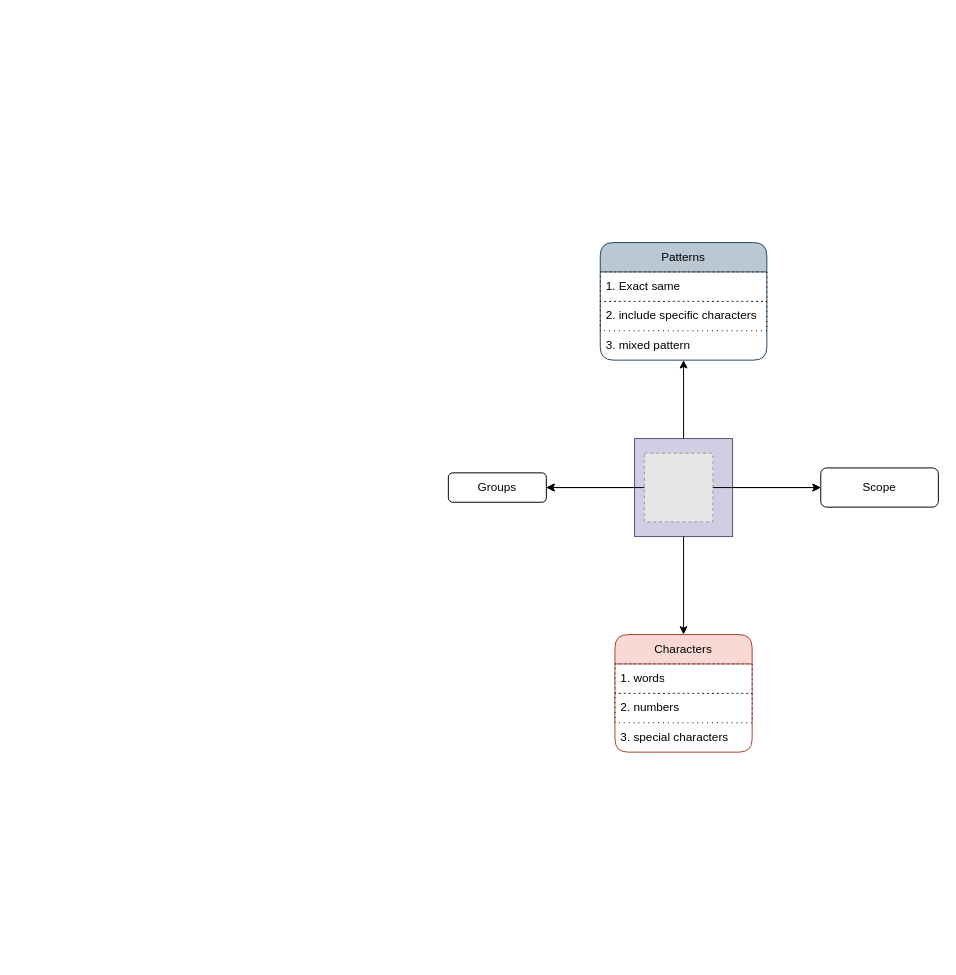
The draw.io diagram programming-langs/regex/regex.dio in knkrn5/Programming-Concepts, before the edit. Source tidied: cells renumbered, new cells numbered last; positions are measured from the earlier drawing's top-left corner, leaving out a move shared by most shapes. Both pictures are drawn from the tidied source at 98%, with x=0, y=0 at pixel (448, 242). Pictures stored in the file or linked from it are replaced by grey dashed boxes.
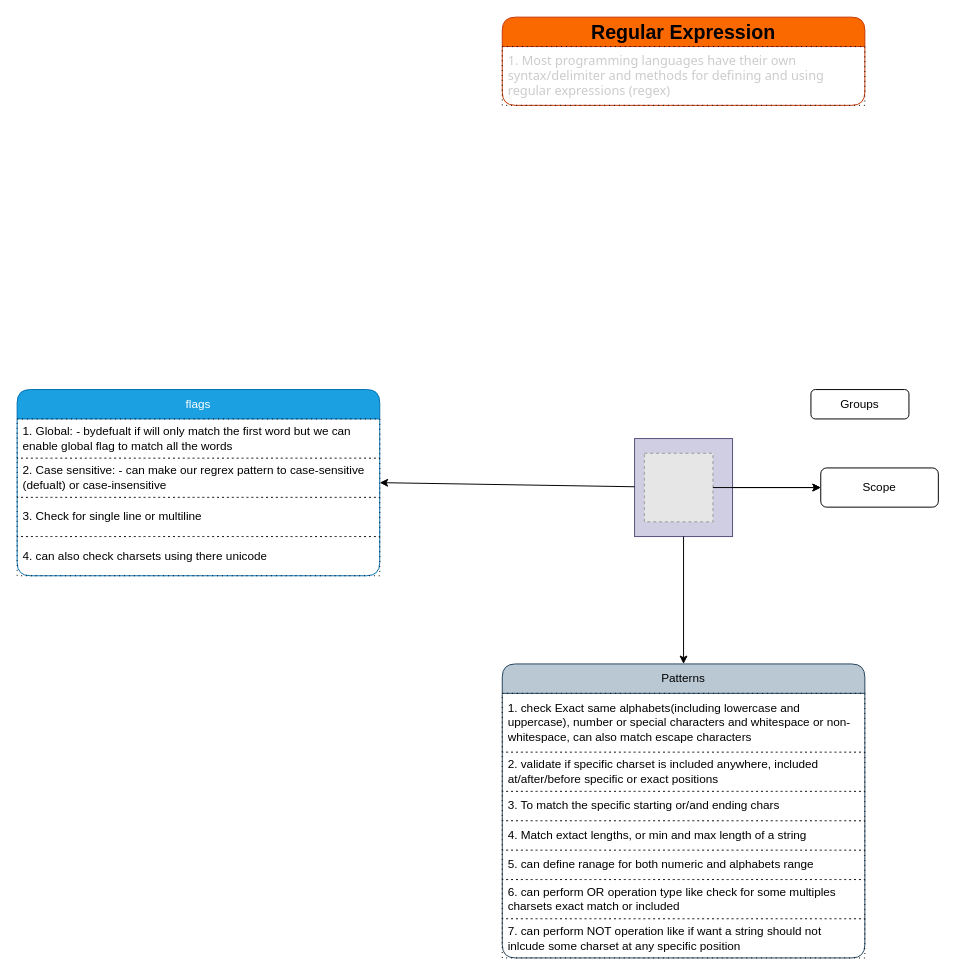
After the change.

The change refers to these unchanged cells:
```xml
<mxCell id="3" style="whiteSpace=wrap;html=1;fillColor=light-dark(#D0CEE2,#000000);strokeColor=#56517e;" parent="2" vertex="1">
  <mxGeometry x="-10" y="-10" width="100" height="100" as="geometry" />
</mxCell>
<mxCell id="4" style="fillColor=#E6E6E6;strokeColor=#999999;dashed=1;verticalLabelPosition=bottom;labelBackgroundColor=default;verticalAlign=top;" parent="2" vertex="1">
  <mxGeometry y="5" width="70" height="70" as="geometry" />
</mxCell>
```

What changed in the source:
```diff
@@
-    <mxCell id="5" style="edgeStyle=none;html=1;exitX=0.5;exitY=1;exitDx=0;exitDy=0;flowAnimation=1;entryX=0.5;entryY=0;entryDx=0;entryDy=0;" parent="1" edge="1" source="3" target="11">
+    <mxCell id="5" style="edgeStyle=none;html=1;exitX=0.5;exitY=1;exitDx=0;exitDy=0;flowAnimation=1;entryX=0.5;entryY=0;entryDx=0;entryDy=0;" parent="1" edge="1" source="3" target="15">
       <mxGeometry relative="1" as="geometry" />
     </mxCell>
@@
     <mxCell id="8" value="Groups" style="rounded=1;whiteSpace=wrap;html=1;" parent="1" vertex="1">
-      <mxGeometry y="235" width="100" height="30" as="geometry" />
+      <mxGeometry x="370" y="150" width="100" height="30" as="geometry" />
     </mxCell>
-    <mxCell id="9" style="edgeStyle=none;html=1;exitX=0;exitY=0.5;exitDx=0;exitDy=0;flowAnimation=1;" parent="1" edge="1" source="4" target="8">
-      <mxGeometry relative="1" as="geometry" />
-    </mxCell>
-    <mxCell id="10" style="edgeStyle=none;html=1;exitX=0.5;exitY=0;exitDx=0;exitDy=0;entryX=0.5;entryY=1;entryDx=0;entryDy=0;flowAnimation=1;" parent="1" edge="1" source="3" target="15">
-      <mxGeometry relative="1" as="geometry" />
-    </mxCell>
-    <mxCell id="11" value="Characters" style="swimlane;fontStyle=0;horizontal=1;startSize=30;whiteSpace=wrap;html=1;rounded=1;fillColor=#fad9d5;strokeColor=#ae4132;" parent="1" vertex="1">
-      <mxGeometry x="170" y="400" width="140" height="120" as="geometry" />
-    </mxCell>
-    <mxCell id="12" value="1. words" style="text;strokeColor=default;fillColor=none;align=left;verticalAlign=middle;spacingLeft=4;spacingRight=4;overflow=hidden;whiteSpace=wrap;html=1;dashed=1;dashPattern=1 4;" parent="11" vertex="1">
-      <mxGeometry y="30" width="140" height="30" as="geometry" />
-    </mxCell>
-    <mxCell id="13" value="2. numbers" style="text;strokeColor=default;fillColor=none;align=left;verticalAlign=middle;spacingLeft=4;spacingRight=4;overflow=hidden;whiteSpace=wrap;html=1;dashed=1;dashPattern=1 4;" parent="11" vertex="1">
-      <mxGeometry y="60" width="140" height="30" as="geometry" />
-    </mxCell>
-    <mxCell id="14" value="3. special characters" style="text;strokeColor=none;fillColor=none;align=left;verticalAlign=middle;spacingLeft=4;spacingRight=4;overflow=hidden;whiteSpace=wrap;html=1;" parent="11" vertex="1">
-      <mxGeometry y="90" width="140" height="30" as="geometry" />
-    </mxCell>
     <mxCell id="15" value="Patterns" style="swimlane;fontStyle=0;horizontal=1;startSize=30;whiteSpace=wrap;html=1;rounded=1;fillColor=#bac8d3;strokeColor=#23445d;" parent="1" vertex="1">
-      <mxGeometry x="155" width="170" height="120" as="geometry" />
+      <mxGeometry x="55" y="430" width="370" height="300" as="geometry" />
     </mxCell>
-    <mxCell id="16" value="1. Exact same" style="text;strokeColor=default;fillColor=none;align=left;verticalAlign=middle;spacingLeft=4;spacingRight=4;overflow=hidden;whiteSpace=wrap;html=1;dashed=1;dashPattern=1 4;" parent="15" vertex="1">
-      <mxGeometry y="30" width="170" height="30" as="geometry" />
+    <mxCell id="16" value="1. check Exact same alphabets(including lowercase and uppercase), number or special characters and whitespace or non-whitespace, can also match escape characters" style="text;strokeColor=default;fillColor=none;align=left;verticalAlign=middle;spacingLeft=4;spacingRight=4;overflow=hidden;whiteSpace=wrap;html=1;dashed=1;dashPattern=1 4;" parent="15" vertex="1">
+      <mxGeometry y="30" width="370" height="60" as="geometry" />
     </mxCell>
-    <mxCell id="17" value="2. include specific characters" style="text;strokeColor=default;fillColor=none;align=left;verticalAlign=middle;spacingLeft=4;spacingRight=4;overflow=hidden;whiteSpace=wrap;html=1;dashed=1;dashPattern=1 4;" parent="15" vertex="1">
-      <mxGeometry y="60" width="170" height="30" as="geometry" />
+    <mxCell id="17" value="2. validate if specific charset is included anywhere, included at/after/before specific or exact positions" style="text;strokeColor=default;fillColor=none;align=left;verticalAlign=middle;spacingLeft=4;spacingRight=4;overflow=hidden;whiteSpace=wrap;html=1;dashed=1;dashPattern=1 4;" parent="15" vertex="1">
+      <mxGeometry y="90" width="370" height="40" as="geometry" />
     </mxCell>
-    <mxCell id="18" value="3. mixed pattern" style="text;strokeColor=none;fillColor=none;align=left;verticalAlign=middle;spacingLeft=4;spacingRight=4;overflow=hidden;whiteSpace=wrap;html=1;" parent="15" vertex="1">
-      <mxGeometry y="90" width="170" height="30" as="geometry" />
+    <mxCell id="18" value="3. To match the specific starting or/and ending chars" style="text;strokeColor=default;fillColor=none;align=left;verticalAlign=middle;spacingLeft=4;spacingRight=4;overflow=hidden;whiteSpace=wrap;html=1;dashed=1;dashPattern=1 4;" parent="15" vertex="1">
+      <mxGeometry y="130" width="370" height="30" as="geometry" />
     </mxCell>
+    <mxCell id="21" value="4. Match extact lengths, or min and max length of a string" style="text;strokeColor=default;fillColor=none;align=left;verticalAlign=middle;spacingLeft=4;spacingRight=4;overflow=hidden;whiteSpace=wrap;html=1;dashed=1;dashPattern=1 4;" parent="15" vertex="1">
+      <mxGeometry y="160" width="370" height="30" as="geometry" />
+    </mxCell>
+    <mxCell id="22" value="5. can define ranage for both numeric and alphabets range" style="text;strokeColor=default;fillColor=none;align=left;verticalAlign=middle;spacingLeft=4;spacingRight=4;overflow=hidden;whiteSpace=wrap;html=1;dashed=1;dashPattern=1 4;" parent="15" vertex="1">
+      <mxGeometry y="190" width="370" height="30" as="geometry" />
+    </mxCell>
+    <mxCell id="23" value="6. can perform OR operation type like check for some multiples charsets exact match or included" style="text;strokeColor=default;fillColor=none;align=left;verticalAlign=middle;spacingLeft=4;spacingRight=4;overflow=hidden;whiteSpace=wrap;html=1;dashed=1;dashPattern=1 4;" parent="15" vertex="1">
+      <mxGeometry y="220" width="370" height="40" as="geometry" />
+    </mxCell>
+    <mxCell id="24" value="7. can perform NOT operation like if want a string should not inlcude some charset at any specific position" style="text;strokeColor=default;fillColor=none;align=left;verticalAlign=middle;spacingLeft=4;spacingRight=4;overflow=hidden;whiteSpace=wrap;html=1;dashed=1;dashPattern=1 4;" parent="15" vertex="1">
+      <mxGeometry y="260" width="370" height="40" as="geometry" />
+    </mxCell>
+    <mxCell id="25" value="flags" style="swimlane;fontStyle=0;horizontal=1;startSize=30;whiteSpace=wrap;html=1;rounded=1;fillColor=#1ba1e2;strokeColor=#006EAF;fontColor=#ffffff;" parent="1" vertex="1">
+      <mxGeometry x="-440" y="150" width="370" height="190" as="geometry" />
+    </mxCell>
+    <mxCell id="26" value="1. Global: - bydefualt if will only match the first word but we can enable global flag to match all the words" style="text;strokeColor=default;fillColor=none;align=left;verticalAlign=middle;spacingLeft=4;spacingRight=4;overflow=hidden;whiteSpace=wrap;html=1;dashed=1;dashPattern=1 4;" parent="25" vertex="1">
+      <mxGeometry y="30" width="370" height="40" as="geometry" />
+    </mxCell>
+    <mxCell id="27" value="2. Case sensitive: - can make our regrex pattern to case-sensitive (defualt) or case-insensitive" style="text;strokeColor=default;fillColor=none;align=left;verticalAlign=middle;spacingLeft=4;spacingRight=4;overflow=hidden;whiteSpace=wrap;html=1;dashed=1;dashPattern=1 4;" parent="25" vertex="1">
+      <mxGeometry y="70" width="370" height="40" as="geometry" />
+    </mxCell>
+    <mxCell id="28" value="3. Check for single line or multiline" style="text;strokeColor=default;fillColor=none;align=left;verticalAlign=middle;spacingLeft=4;spacingRight=4;overflow=hidden;whiteSpace=wrap;html=1;dashed=1;dashPattern=1 4;" parent="25" vertex="1">
+      <mxGeometry y="110" width="370" height="40" as="geometry" />
+    </mxCell>
+    <mxCell id="29" value="4. can also check charsets using there unicode" style="text;strokeColor=default;fillColor=none;align=left;verticalAlign=middle;spacingLeft=4;spacingRight=4;overflow=hidden;whiteSpace=wrap;html=1;dashed=1;dashPattern=1 4;" parent="25" vertex="1">
+      <mxGeometry y="150" width="370" height="40" as="geometry" />
+    </mxCell>
+    <mxCell id="30" value="&lt;b&gt;&lt;font style=&quot;font-size: 20px; color: light-dark(rgb(0, 0, 0), rgb(0, 0, 0));&quot;&gt;Regular Expression&lt;/font&gt;&lt;/b&gt;" style="swimlane;fontStyle=0;horizontal=1;startSize=30;whiteSpace=wrap;html=1;rounded=1;fillColor=#fa6800;strokeColor=#C73500;fontColor=#000000;" parent="1" vertex="1">
+      <mxGeometry x="55" y="-230" width="370" height="90" as="geometry" />
+    </mxCell>
+    <mxCell id="31" value="&lt;span style=&quot;font-family: system-ui, Ubuntu, &amp;quot;Droid Sans&amp;quot;, sans-serif; font-size: 13px;&quot;&gt;&lt;font style=&quot;color: light-dark(rgb(204, 204, 204), rgb(255, 255, 255));&quot;&gt;1. Most programming languages have their own syntax/delimiter and methods for defining and using regular expressions (regex)&lt;/font&gt;&lt;/span&gt;" style="text;strokeColor=default;fillColor=none;align=left;verticalAlign=middle;spacingLeft=4;spacingRight=4;overflow=hidden;whiteSpace=wrap;html=1;dashed=1;dashPattern=1 4;" parent="30" vertex="1">
+      <mxGeometry y="30" width="370" height="60" as="geometry" />
+    </mxCell>
@@
-    <mxCell id="20" style="edgeStyle=none;html=1;" parent="1" edge="1" source="3" target="8">
+    <mxCell id="20" style="edgeStyle=none;html=1;entryX=1;entryY=0.5;entryDx=0;entryDy=0;flowAnimation=1;" parent="1" edge="1" source="3" target="25">
       <mxGeometry relative="1" as="geometry" />
     </mxCell>
```
